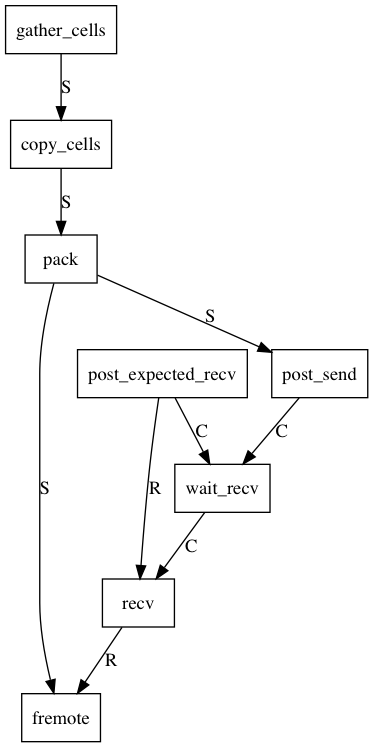
Earlier version of the Graphviz export doc/remote/graphviz/deps.png (uDeviceX/uDeviceX). Its source is kept beside it as doc/remote/graphviz/deps.gv.
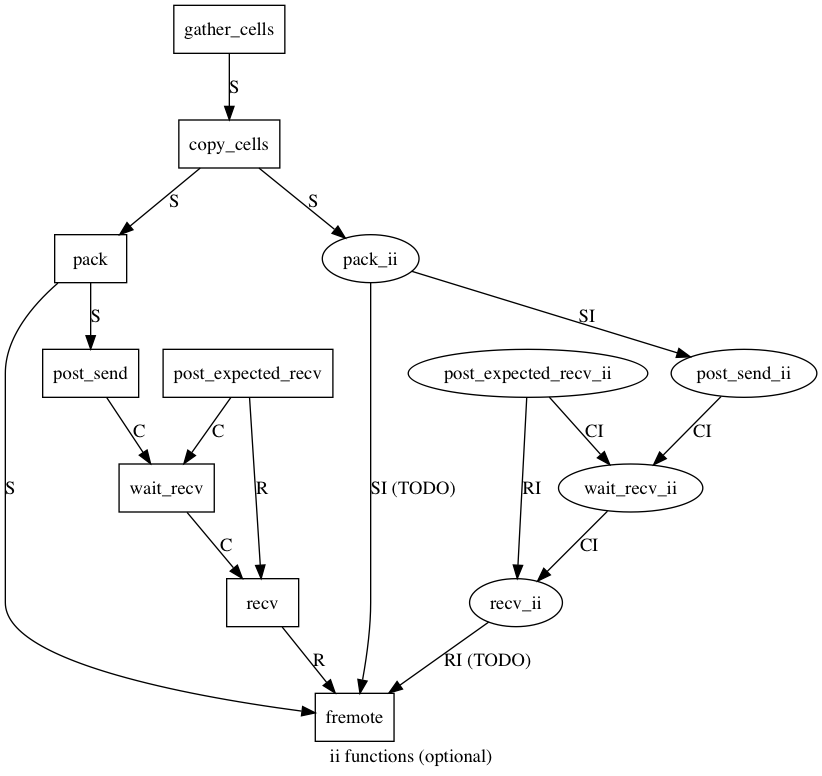
Above is the later version.

Commit message:
update ticket deps in doc

What changed in the source:
```diff
@@ -8,4 +8,18 @@
 		post_expected_recv->wait_recv [label="C"];
 		post_expected_recv->recv [label="R"];
 	}
+	label="ii functions (optional)"
+	copy_cells->pack_ii [label="S"];
+	pack_ii->post_send_ii [label="SI"];
+	recv_ii->fremote [label="RI (TODO)"];
+	pack_ii->fremote [label="SI (TODO)"];
+	post_expected_recv_ii->wait_recv_ii->recv_ii [label="CI"];
+	post_expected_recv_ii->recv_ii [label="RI"];
+	post_send_ii->wait_recv_ii [label="CI"];
+
+	{rank=same; pack; pack_ii;}
+	{rank=same; post_send; post_send_ii;}
+	{rank=same; wait_recv; wait_recv_ii;}
+	{rank=same; recv; recv_ii;}
+	{rank=same; post_expected_recv; post_expected_recv_ii;}
 }
```
